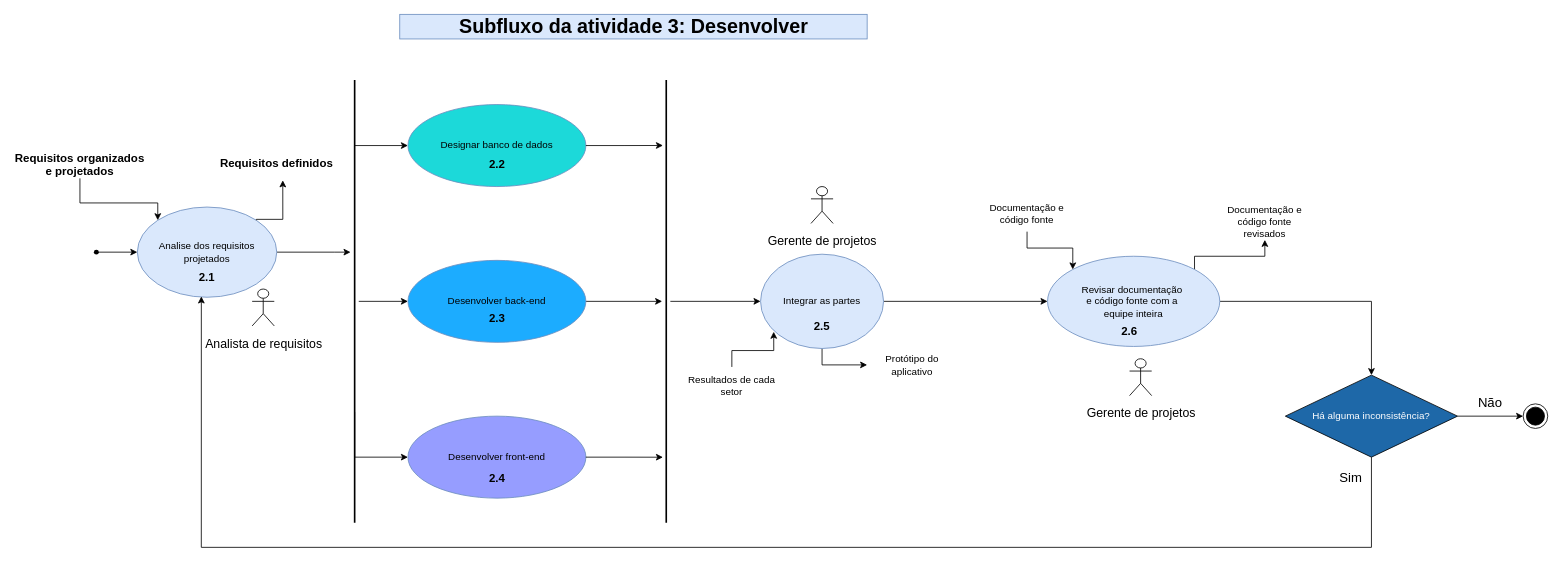
The draw.io diagram page "Subfluxo atv 3" (4 of 8) of Diagrama sem nome.drawio in helloisasilva/Processo-de-engenharia-de-software-para-App-mobile, before the edit. Source tidied: cells renumbered, new cells numbered last; positions are measured from the earlier drawing's top-left corner, leaving out a move shared by most shapes. Both pictures are drawn from the tidied source at 82%, with x=0, y=0 at pixel (14, 14).
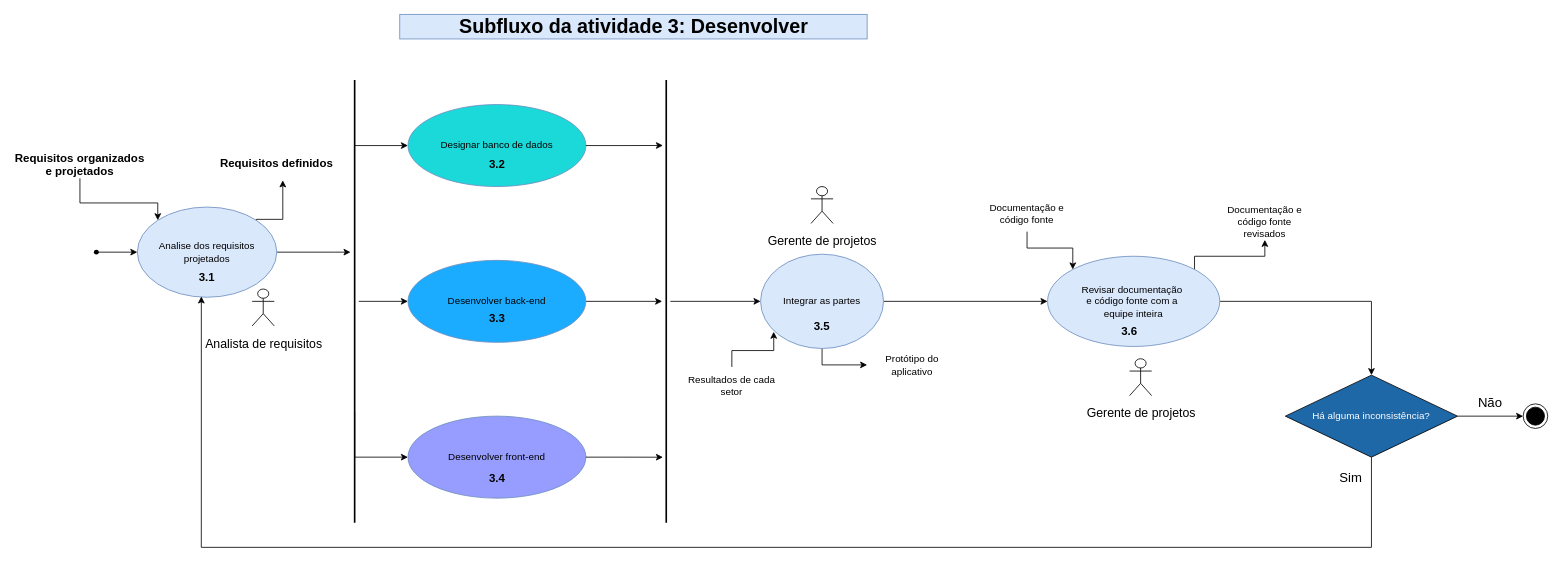
Above is the later version.

Diff of the diagram source:
```diff
@@
-    <mxCell id="9" value="&lt;font style=&quot;font-size: 14px;&quot;&gt;&lt;b&gt;2.1&lt;/b&gt;&lt;/font&gt;" style="text;html=1;strokeColor=none;fillColor=none;align=center;verticalAlign=middle;whiteSpace=wrap;overflow=hidden;" parent="1" vertex="1">
+    <mxCell id="9" value="&lt;font style=&quot;font-size: 14px;&quot;&gt;&lt;b&gt;3.1&lt;/b&gt;&lt;/font&gt;" style="text;html=1;strokeColor=none;fillColor=none;align=center;verticalAlign=middle;whiteSpace=wrap;overflow=hidden;" parent="1" vertex="1">
       <mxGeometry x="195" y="310" width="80" height="20" as="geometry" />
     </mxCell>
@@
-    <mxCell id="38" value="&lt;font style=&quot;font-size: 14px;&quot;&gt;&lt;b&gt;2.2&lt;/b&gt;&lt;/font&gt;" style="text;html=1;strokeColor=none;fillColor=none;align=center;verticalAlign=middle;whiteSpace=wrap;overflow=hidden;" parent="1" vertex="1">
+    <mxCell id="38" value="&lt;font style=&quot;font-size: 14px;&quot;&gt;&lt;b&gt;3.2&lt;/b&gt;&lt;/font&gt;" style="text;html=1;strokeColor=none;fillColor=none;align=center;verticalAlign=middle;whiteSpace=wrap;overflow=hidden;" parent="1" vertex="1">
       <mxGeometry x="548.5" y="172.2" width="80" height="20" as="geometry" />
     </mxCell>
-    <mxCell id="39" value="&lt;font style=&quot;font-size: 14px;&quot;&gt;&lt;b&gt;2.3&lt;/b&gt;&lt;/font&gt;" style="text;html=1;strokeColor=none;fillColor=none;align=center;verticalAlign=middle;whiteSpace=wrap;overflow=hidden;" parent="1" vertex="1">
+    <mxCell id="39" value="&lt;font style=&quot;font-size: 14px;&quot;&gt;&lt;b&gt;3.3&lt;/b&gt;&lt;/font&gt;" style="text;html=1;strokeColor=none;fillColor=none;align=center;verticalAlign=middle;whiteSpace=wrap;overflow=hidden;" parent="1" vertex="1">
       <mxGeometry x="548.5" y="360" width="80" height="20" as="geometry" />
     </mxCell>
-    <mxCell id="40" value="&lt;font style=&quot;font-size: 14px;&quot;&gt;&lt;b&gt;2.4&lt;/b&gt;&lt;/font&gt;" style="text;html=1;strokeColor=none;fillColor=none;align=center;verticalAlign=middle;whiteSpace=wrap;overflow=hidden;" parent="1" vertex="1">
+    <mxCell id="40" value="&lt;font style=&quot;font-size: 14px;&quot;&gt;&lt;b&gt;3.4&lt;/b&gt;&lt;/font&gt;" style="text;html=1;strokeColor=none;fillColor=none;align=center;verticalAlign=middle;whiteSpace=wrap;overflow=hidden;" parent="1" vertex="1">
       <mxGeometry x="548.5" y="555" width="80" height="20" as="geometry" />
     </mxCell>
-    <mxCell id="41" value="&lt;font style=&quot;font-size: 14px;&quot;&gt;&lt;b&gt;2.5&lt;/b&gt;&lt;/font&gt;" style="text;html=1;strokeColor=none;fillColor=none;align=center;verticalAlign=middle;whiteSpace=wrap;overflow=hidden;" parent="1" vertex="1">
+    <mxCell id="41" value="&lt;font style=&quot;font-size: 14px;&quot;&gt;&lt;b&gt;3.5&lt;/b&gt;&lt;/font&gt;" style="text;html=1;strokeColor=none;fillColor=none;align=center;verticalAlign=middle;whiteSpace=wrap;overflow=hidden;" parent="1" vertex="1">
       <mxGeometry x="945" y="370" width="80" height="20" as="geometry" />
     </mxCell>
-    <mxCell id="42" value="&lt;font style=&quot;font-size: 14px;&quot;&gt;&lt;b&gt;2.6&lt;/b&gt;&lt;/font&gt;" style="text;html=1;strokeColor=none;fillColor=none;align=center;verticalAlign=middle;whiteSpace=wrap;overflow=hidden;" parent="1" vertex="1">
+    <mxCell id="42" value="&lt;font style=&quot;font-size: 14px;&quot;&gt;&lt;b&gt;3.6&lt;/b&gt;&lt;/font&gt;" style="text;html=1;strokeColor=none;fillColor=none;align=center;verticalAlign=middle;whiteSpace=wrap;overflow=hidden;" parent="1" vertex="1">
       <mxGeometry x="1320" y="375" width="80" height="20" as="geometry" />
     </mxCell>
```
